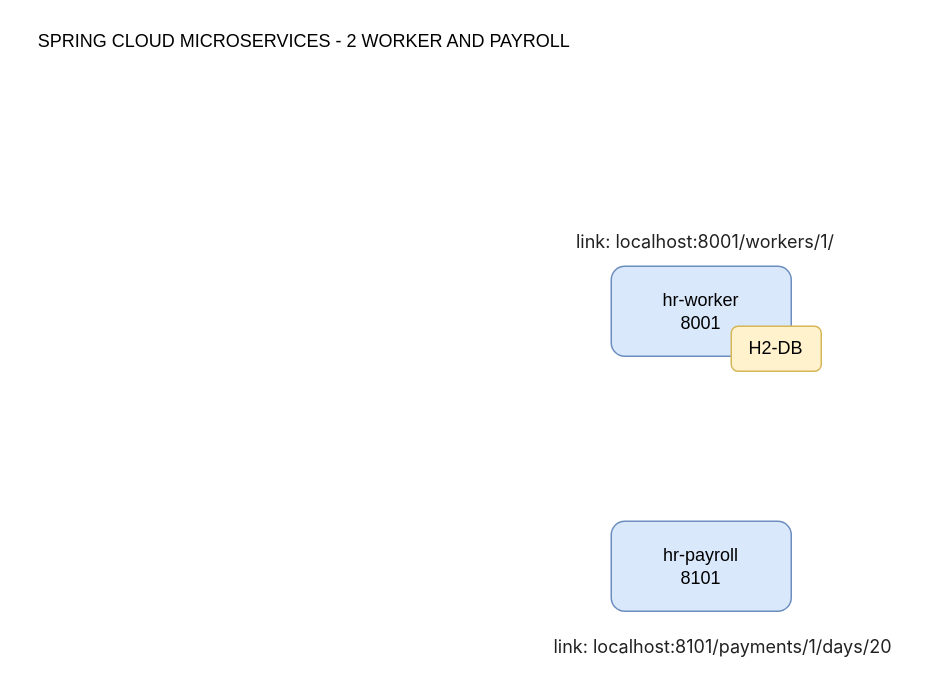
The draw.io diagram Diagrama Microservico 2.drawio in CarlosRobertoMedeiros/study-microservice-springcloud-2, before the edit. Source tidied: cells renumbered, new cells numbered last; positions are measured from the earlier drawing's top-left corner, leaving out a move shared by most shapes. Both pictures are drawn from the tidied source at 150%, with x=0, y=0 at pixel (26, 26).
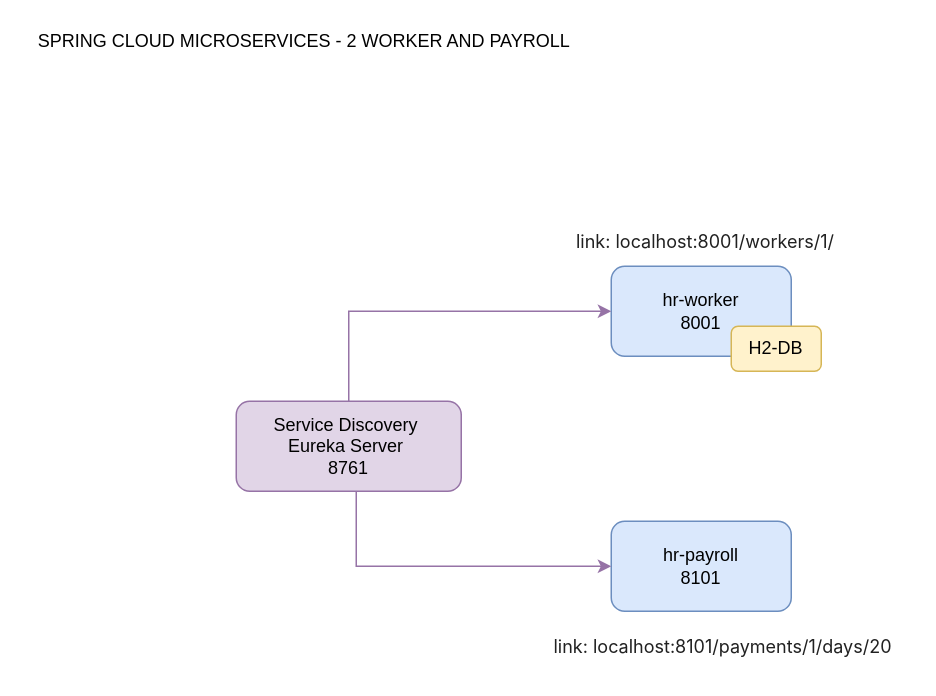
Above is the later version.

Commit message (it also covers changes not shown here):
Eureka Server Configurado

The edit, as a diff of the source:
```diff
@@
 <mxGraphModel>
   <root>
     <mxCell id="0" />
     <mxCell id="1" parent="0" />
     <mxCell id="2" value="hr-worker&lt;br&gt;8001" style="rounded=1;whiteSpace=wrap;html=1;fillColor=#dae8fc;strokeColor=#6c8ebf;" parent="1" vertex="1">
       <mxGeometry x="390" y="160" width="120" height="60" as="geometry" />
     </mxCell>
     <mxCell id="3" value="hr-payroll&lt;br&gt;8101" style="rounded=1;whiteSpace=wrap;html=1;fillColor=#dae8fc;strokeColor=#6c8ebf;" parent="1" vertex="1">
       <mxGeometry x="390" y="330" width="120" height="60" as="geometry" />
     </mxCell>
     <mxCell id="4" value="&lt;span style=&quot;color: rgb(33 , 33 , 33) ; font-family: &amp;#34;inter&amp;#34; , &amp;#34;opensans&amp;#34; , &amp;#34;helvetica&amp;#34; , &amp;#34;arial&amp;#34; , sans-serif ; font-size: 12px ; font-style: normal ; font-weight: 400 ; letter-spacing: normal ; text-align: left ; text-indent: 0px ; text-transform: none ; word-spacing: 0px ; background-color: rgb(255 , 255 , 255) ; display: inline ; float: none&quot;&gt;link: localhost:8101/payments/1/days/20&lt;/span&gt;" style="text;whiteSpace=wrap;html=1;" parent="1" vertex="1">
       <mxGeometry x="350" y="400" width="240" height="30" as="geometry" />
     </mxCell>
     <mxCell id="5" value="&lt;span style=&quot;color: rgb(33 , 33 , 33) ; font-family: &amp;#34;inter&amp;#34; , &amp;#34;opensans&amp;#34; , &amp;#34;helvetica&amp;#34; , &amp;#34;arial&amp;#34; , sans-serif ; font-size: 12px ; font-style: normal ; font-weight: 400 ; letter-spacing: normal ; text-align: left ; text-indent: 0px ; text-transform: none ; word-spacing: 0px ; background-color: rgb(255 , 255 , 255) ; display: inline ; float: none&quot;&gt;link: localhost:8001/workers/1/&lt;/span&gt;" style="text;whiteSpace=wrap;html=1;" parent="1" vertex="1">
       <mxGeometry x="365" y="130" width="190" height="30" as="geometry" />
     </mxCell>
     <mxCell id="6" value="SPRING CLOUD MICROSERVICES - 2 WORKER AND PAYROLL" style="text;html=1;align=center;verticalAlign=middle;strokeColor=none;fillColor=none;" parent="1" vertex="1">
       <mxGeometry width="370" height="20" as="geometry" />
     </mxCell>
     <mxCell id="7" value="H2-DB&lt;br&gt;" style="rounded=1;whiteSpace=wrap;html=1;fillColor=#fff2cc;strokeColor=#d6b656;" parent="1" vertex="1">
       <mxGeometry x="470" y="200" width="60" height="30" as="geometry" />
     </mxCell>
+    <mxCell id="8" style="edgeStyle=orthogonalEdgeStyle;rounded=0;jettySize=auto;html=1;entryX=0;entryY=0.5;entryDx=0;entryDy=0;fillColor=#e1d5e7;strokeColor=#9673a6;" parent="1" edge="1" source="10" target="2">
+      <mxGeometry relative="1" as="geometry">
+        <Array as="points">
+          <mxPoint x="215" y="190" />
+        </Array>
+      </mxGeometry>
+    </mxCell>
+    <mxCell id="9" style="edgeStyle=orthogonalEdgeStyle;rounded=0;jettySize=auto;html=1;fillColor=#e1d5e7;strokeColor=#9673a6;" parent="1" edge="1" source="10" target="3">
+      <mxGeometry relative="1" as="geometry">
+        <Array as="points">
+          <mxPoint x="220" y="360" />
+        </Array>
+      </mxGeometry>
+    </mxCell>
+    <mxCell id="10" value="Service Discovery&amp;nbsp;&lt;br&gt;Eureka Server&amp;nbsp;&lt;br&gt;8761" style="rounded=1;whiteSpace=wrap;html=1;fillColor=#e1d5e7;strokeColor=#9673a6;" parent="1" vertex="1">
+      <mxGeometry x="140" y="250" width="150" height="60" as="geometry" />
+    </mxCell>
   </root>
 </mxGraphModel>
```
